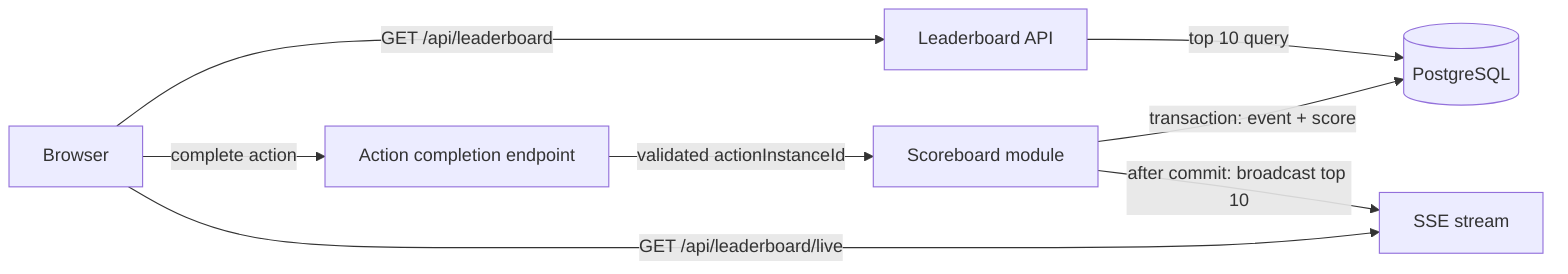
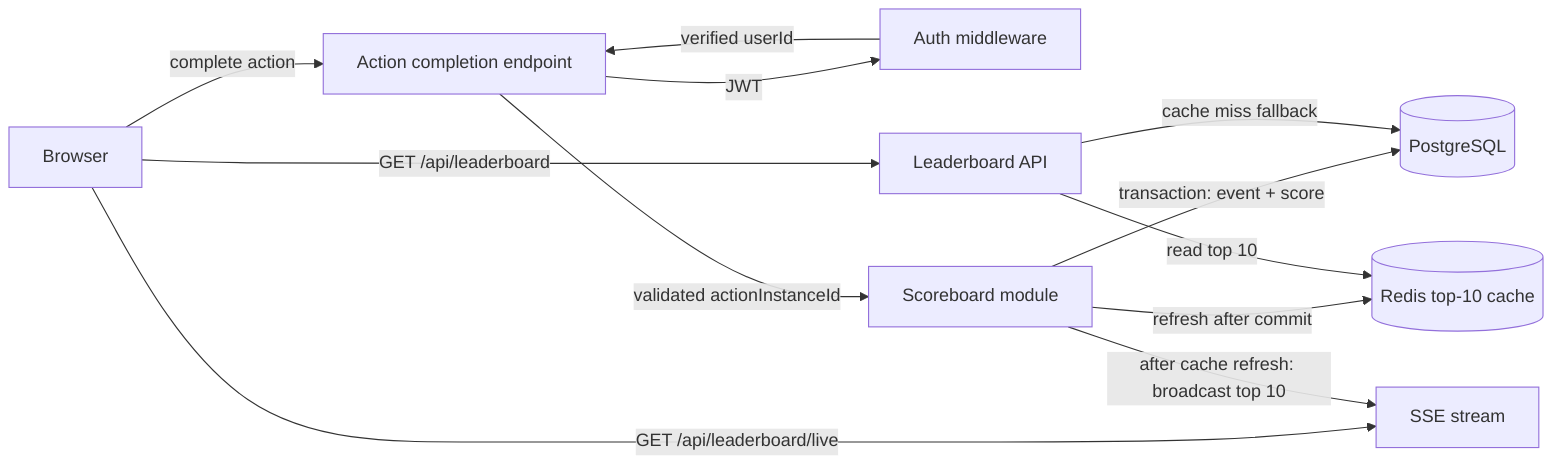
flowchart LR
    Browser[Browser]
+     Auth[Auth middleware]
    Action[Action completion endpoint]
    Scoreboard[Scoreboard module]
    DB[(PostgreSQL)]
+     Cache[(Redis top-10 cache)]
    Leaderboard[Leaderboard API]
    Stream[SSE stream]

    Browser -->|"complete action"| Action
+     Action -->|"JWT"| Auth
+     Auth -->|"verified userId"| Action
    Action -->|"validated actionInstanceId"| Scoreboard
    Scoreboard -->|"transaction: event + score"| DB
+     Scoreboard -->|"refresh after commit"| Cache
    Browser -->|"GET /api/leaderboard"| Leaderboard
-     Leaderboard -->|"top 10 query"| DB
+     Leaderboard -->|"read top 10"| Cache
+     Leaderboard -->|"cache miss fallback"| DB
    Browser -->|"GET /api/leaderboard/live"| Stream
-     Scoreboard -->|"after commit: broadcast top 10"| Stream
- 
+     Scoreboard -->|"after cache refresh: broadcast top 10"| Stream
